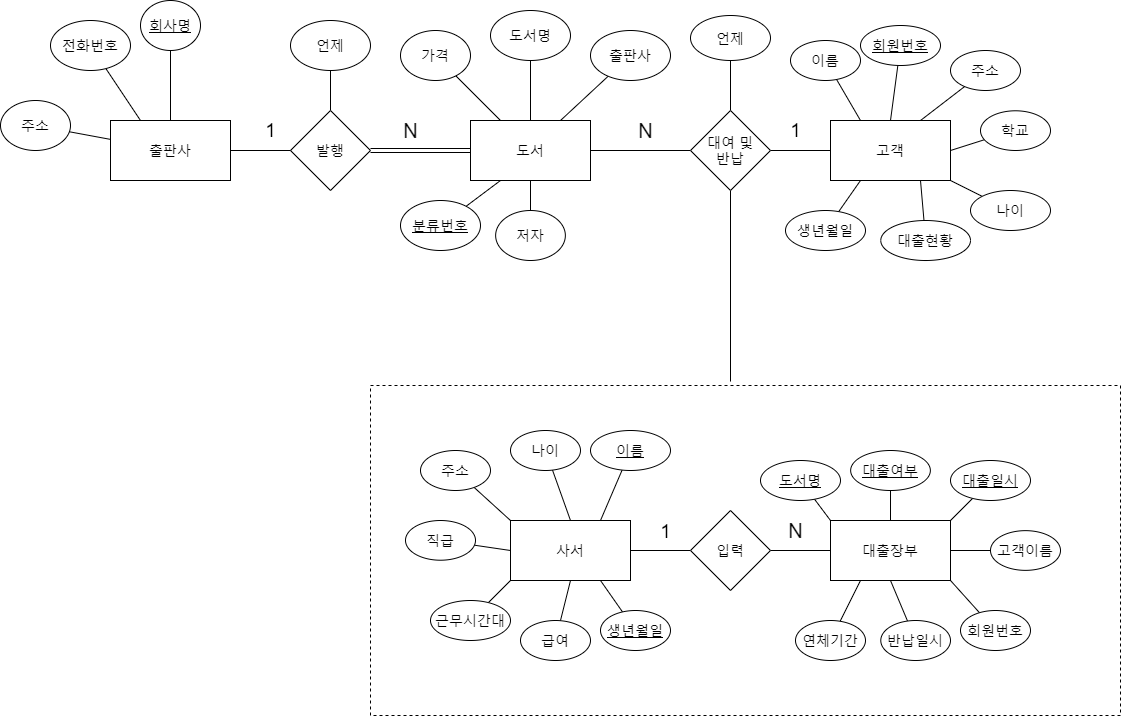
Before: Library Management System ERD (2).png, a diagram exported from draw.io (Hooniya-nolja/Drawing-Diagram). Source tidied: cells renumbered, new cells last; positions are measured from the earlier drawing's top-left corner, leaving out a move shared by most shapes.
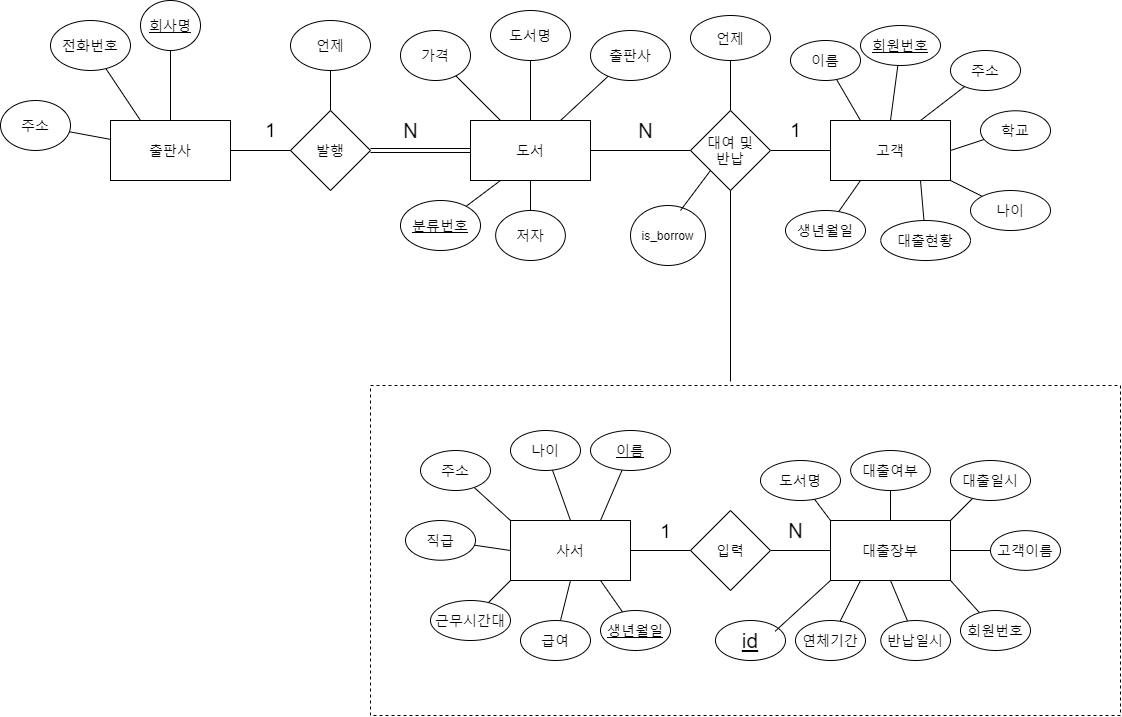
Later version of the same file.

What changed in the source:
```diff
@@ -218,13 +218,13 @@
     <mxCell id="72" value="&lt;u&gt;생년월일&lt;/u&gt;" style="ellipse;whiteSpace=wrap;html=1;strokeWidth=1;fontSize=14;" parent="1" vertex="1">
       <mxGeometry x="600" y="610" width="70" height="40" as="geometry" />
     </mxCell>
-    <mxCell id="73" value="&lt;u&gt;도서명&lt;/u&gt;" style="ellipse;whiteSpace=wrap;html=1;strokeWidth=1;fontSize=14;" parent="1" vertex="1">
+    <mxCell id="73" value="도서명" style="ellipse;whiteSpace=wrap;html=1;strokeWidth=1;fontSize=14;" parent="1" vertex="1">
       <mxGeometry x="760" y="460" width="80" height="40" as="geometry" />
     </mxCell>
-    <mxCell id="74" value="&lt;u&gt;대출여부&lt;/u&gt;" style="ellipse;whiteSpace=wrap;html=1;strokeWidth=1;fontSize=14;" parent="1" vertex="1">
+    <mxCell id="74" value="대출여부" style="ellipse;whiteSpace=wrap;html=1;strokeWidth=1;fontSize=14;" parent="1" vertex="1">
       <mxGeometry x="850.2" y="450" width="79.7" height="40" as="geometry" />
     </mxCell>
-    <mxCell id="75" value="&lt;u&gt;대출일시&lt;/u&gt;" style="ellipse;whiteSpace=wrap;html=1;strokeWidth=1;fontSize=14;" parent="1" vertex="1">
+    <mxCell id="75" value="대출일시" style="ellipse;whiteSpace=wrap;html=1;strokeWidth=1;fontSize=14;" parent="1" vertex="1">
       <mxGeometry x="950" y="460" width="80" height="40" as="geometry" />
     </mxCell>
     <mxCell id="76" value="고객이름" style="ellipse;whiteSpace=wrap;html=1;strokeWidth=1;fontSize=14;" parent="1" vertex="1">
@@ -260,5 +260,21 @@
     <mxCell id="86" value="&lt;font style=&quot;font-size: 19px&quot;&gt;1&lt;/font&gt;" style="text;html=1;align=center;verticalAlign=middle;strokeWidth=1;fontSize=14;" parent="1" vertex="1">
       <mxGeometry x="650" y="521" width="30" height="20" as="geometry" />
     </mxCell>
+    <mxCell id="87" value="is_borrow" style="ellipse;whiteSpace=wrap;html=1;" parent="1" vertex="1">
+      <mxGeometry x="630" y="205" width="75" height="60" as="geometry" />
+    </mxCell>
+    <mxCell id="88" style="endArrow=none;html=1;entryX=0;entryY=1;entryDx=0;entryDy=0;" parent="1" edge="1" target="14">
+      <mxGeometry relative="1" as="geometry">
+        <mxPoint x="680" y="210" as="sourcePoint" />
+      </mxGeometry>
+    </mxCell>
+    <mxCell id="89" value="&lt;u&gt;&lt;font style=&quot;font-size: 21px&quot;&gt;id&lt;/font&gt;&lt;/u&gt;" style="ellipse;whiteSpace=wrap;html=1;strokeWidth=1;fontSize=14;" parent="1" vertex="1">
+      <mxGeometry x="715" y="620" width="70" height="40" as="geometry" />
+    </mxCell>
+    <mxCell id="90" style="edgeStyle=none;rounded=0;jettySize=auto;html=1;exitX=0;exitY=1;exitDx=0;exitDy=0;endArrow=none;endFill=0;strokeWidth=1;fontSize=14;" parent="1" edge="1" source="40">
+      <mxGeometry relative="1" as="geometry">
+        <mxPoint x="774.6" y="630.8" as="targetPoint" />
+      </mxGeometry>
+    </mxCell>
   </root>
 </mxGraphModel>
```
